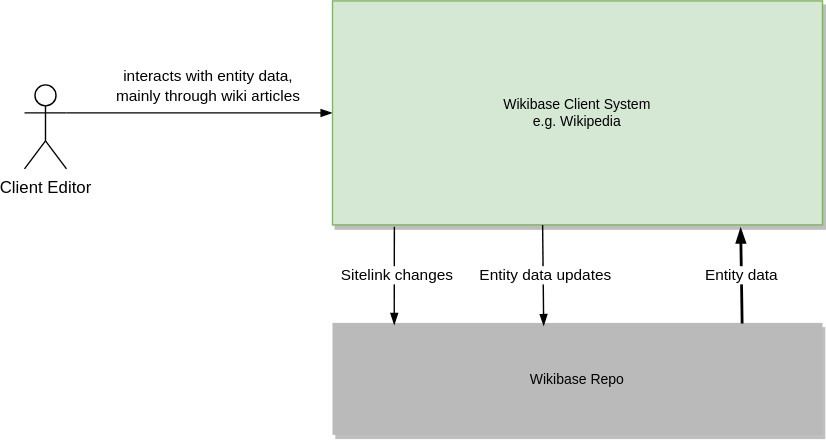
Above: systems/WikibaseClient/diagrams/03-business-context.drawio.svg in wmde/wikidata-wikibase-architecture (draw.io), before the change. Source tidied: cells renumbered, new cells last; positions are measured from the earlier drawing's top-left corner, leaving out a move shared by most shapes.
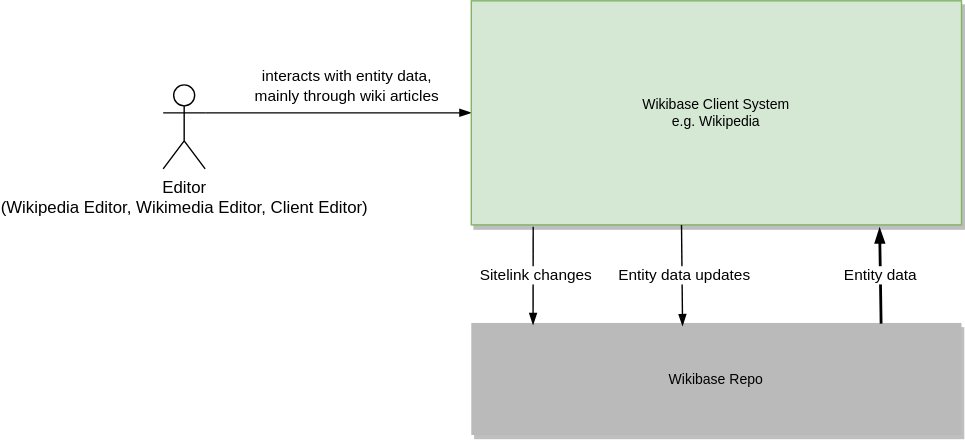
The same diagram one commit later.

Diff of the diagram source:
```diff
@@ -5,7 +5,7 @@
     <mxCell id="2" value="Wikibase Repo" style="rounded=0;shadow=1;fontSize=10;fontColor=#000000;strokeColor=none;direction=west;fillColor=#BABABA;" parent="1" vertex="1">
       <mxGeometry x="220" y="230" width="350" height="80" as="geometry" />
     </mxCell>
-    <mxCell id="3" value="Client Editor" style="shape=umlActor;verticalLabelPosition=bottom;verticalAlign=top;html=1;outlineConnect=0;" parent="1" vertex="1">
+    <mxCell id="3" value="Editor&lt;br&gt;(Wikipedia Editor, Wikimedia Editor, Client Editor)" style="shape=umlActor;verticalLabelPosition=bottom;verticalAlign=top;html=1;outlineConnect=0;" parent="1" vertex="1">
       <mxGeometry y="60" width="30" height="60" as="geometry" />
     </mxCell>
     <mxCell id="4" style="endArrow=blockThin;strokeColor=#000000;fontSize=10;fontColor=#000000;strokeWidth=1;endFill=1;entryX=1;entryY=0.5;entryDx=0;entryDy=0;exitX=1;exitY=0.3333333333333333;exitDx=0;exitDy=0;exitPerimeter=0;" parent="1" edge="1" source="3" target="6">
```
